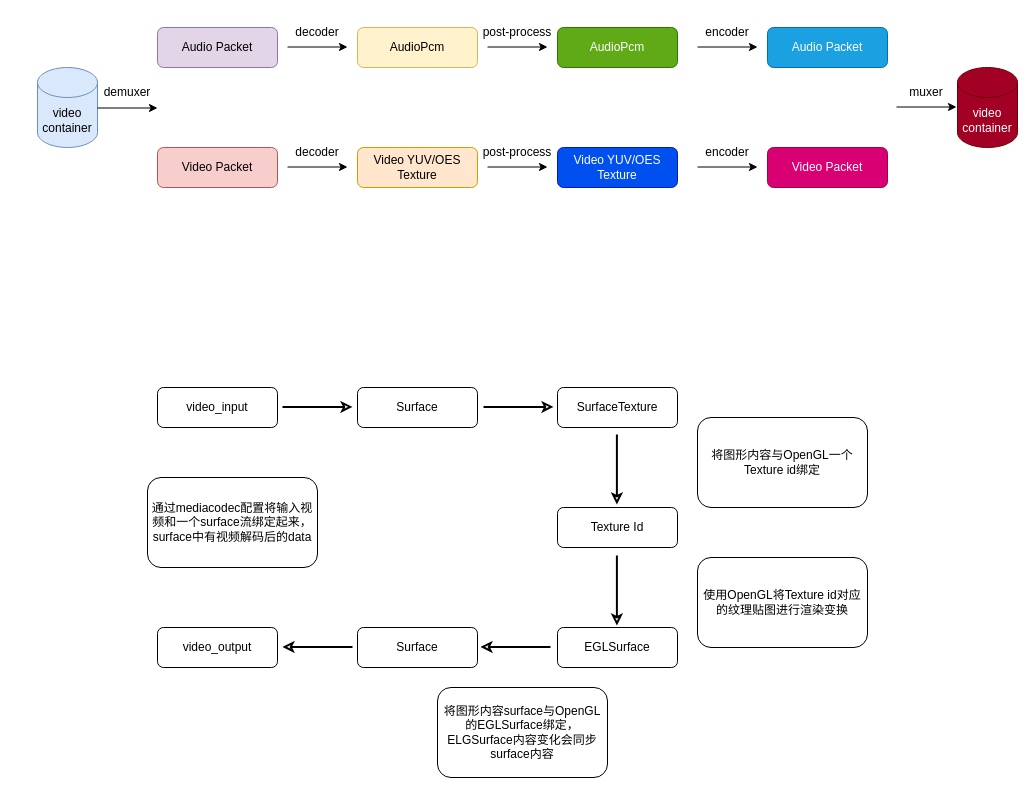
Before: page "转码" (2 of 2) of graph.drawio in AndyYoung1004/draw.io, a draw.io diagram. Source tidied: cells renumbered, new cells numbered last; positions are measured from the earlier drawing's top-left corner, leaving out a move shared by most shapes. Both pictures are drawn from the tidied source at 100%, with x=0, y=0 at pixel (37, 17).
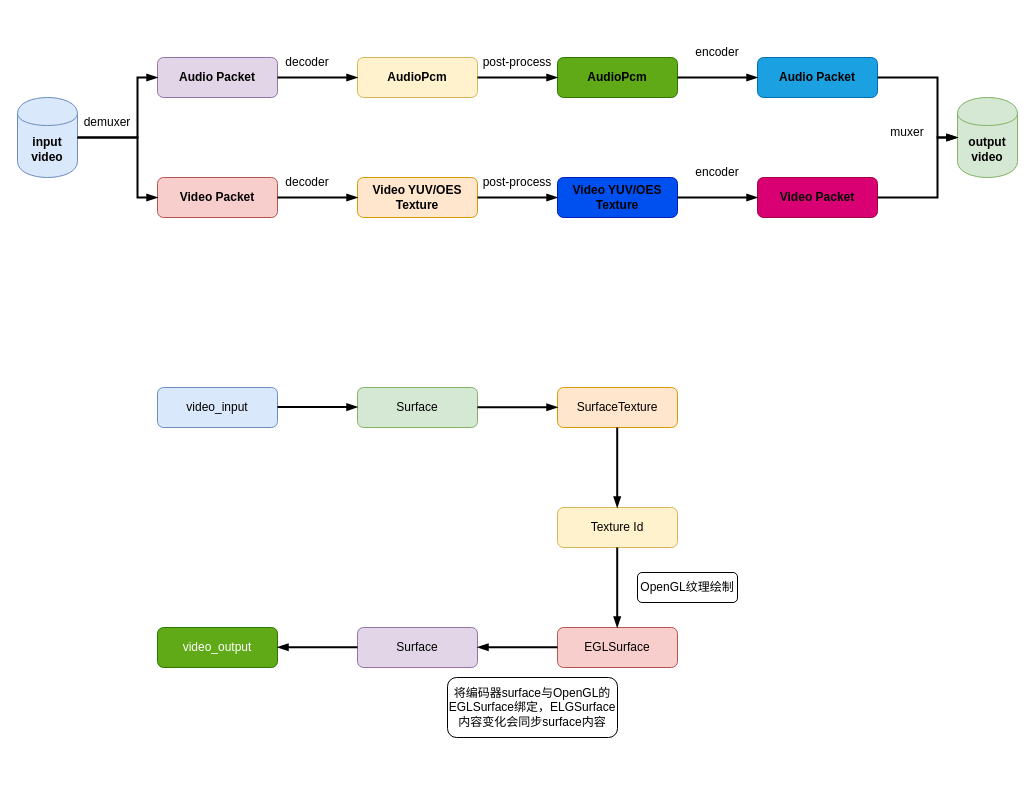
After the change.

Commit message:
转码绘图更新

The edit, as a diff of the source:
```diff
@@
-    <mxCell id="2" value="video container" style="shape=cylinder3;whiteSpace=wrap;html=1;boundedLbl=1;backgroundOutline=1;size=15;fillColor=#dae8fc;strokeColor=#6c8ebf;" parent="1" vertex="1">
-      <mxGeometry y="50" width="60" height="80" as="geometry" />
-    </mxCell>
-    <mxCell id="3" style="endArrow=classic;html=1;rounded=0;" parent="1" edge="1">
-      <mxGeometry relative="1" as="geometry">
-        <mxPoint x="60" y="90.5" as="sourcePoint" />
-        <mxPoint x="120" y="90.5" as="targetPoint" />
-      </mxGeometry>
-    </mxCell>
-    <mxCell id="4" value="Audio Packet" style="rounded=1;whiteSpace=wrap;html=1;fillColor=#e1d5e7;strokeColor=#9673a6;" parent="1" vertex="1">
-      <mxGeometry x="120" y="10" width="120" height="40" as="geometry" />
-    </mxCell>
-    <mxCell id="5" value="Video Packet" style="rounded=1;whiteSpace=wrap;html=1;fillColor=#f8cecc;strokeColor=#b85450;" parent="1" vertex="1">
-      <mxGeometry x="120" y="130" width="120" height="40" as="geometry" />
-    </mxCell>
-    <mxCell id="6" style="endArrow=classic;html=1;rounded=0;" parent="1" edge="1">
-      <mxGeometry relative="1" as="geometry">
-        <mxPoint x="250" y="149.5" as="sourcePoint" />
-        <mxPoint x="310" y="149.5" as="targetPoint" />
-      </mxGeometry>
-    </mxCell>
-    <mxCell id="7" value="Video YUV/OES Texture" style="rounded=1;whiteSpace=wrap;html=1;fillColor=#ffe6cc;strokeColor=#d79b00;" parent="1" vertex="1">
-      <mxGeometry x="320" y="130" width="120" height="40" as="geometry" />
-    </mxCell>
-    <mxCell id="8" value="AudioPcm" style="rounded=1;whiteSpace=wrap;html=1;fillColor=#fff2cc;strokeColor=#d6b656;" parent="1" vertex="1">
-      <mxGeometry x="320" y="10" width="120" height="40" as="geometry" />
-    </mxCell>
-    <mxCell id="9" style="endArrow=classic;html=1;rounded=0;" parent="1" edge="1">
-      <mxGeometry relative="1" as="geometry">
-        <mxPoint x="250" y="29.5" as="sourcePoint" />
-        <mxPoint x="310" y="29.5" as="targetPoint" />
-      </mxGeometry>
-    </mxCell>
-    <mxCell id="10" style="endArrow=classic;html=1;rounded=0;" parent="1" edge="1">
-      <mxGeometry relative="1" as="geometry">
-        <mxPoint x="660" y="149.5" as="sourcePoint" />
-        <mxPoint x="720" y="149.5" as="targetPoint" />
-      </mxGeometry>
-    </mxCell>
-    <mxCell id="11" value="Video Packet" style="rounded=1;whiteSpace=wrap;html=1;fillColor=#d80073;fontColor=#ffffff;strokeColor=#A50040;" parent="1" vertex="1">
-      <mxGeometry x="730" y="130" width="120" height="40" as="geometry" />
-    </mxCell>
-    <mxCell id="12" value="Audio Packet" style="rounded=1;whiteSpace=wrap;html=1;fillColor=#1ba1e2;fontColor=#ffffff;strokeColor=#006EAF;" parent="1" vertex="1">
-      <mxGeometry x="730" y="10" width="120" height="40" as="geometry" />
-    </mxCell>
-    <mxCell id="13" style="endArrow=classic;html=1;rounded=0;" parent="1" edge="1">
-      <mxGeometry relative="1" as="geometry">
-        <mxPoint x="660" y="29.5" as="sourcePoint" />
-        <mxPoint x="720" y="29.5" as="targetPoint" />
-      </mxGeometry>
-    </mxCell>
-    <mxCell id="14" style="endArrow=classic;html=1;rounded=0;" parent="1" edge="1">
-      <mxGeometry relative="1" as="geometry">
-        <mxPoint x="859" y="89.5" as="sourcePoint" />
-        <mxPoint x="919" y="89.5" as="targetPoint" />
-      </mxGeometry>
-    </mxCell>
-    <mxCell id="15" value="video container" style="shape=cylinder3;whiteSpace=wrap;html=1;boundedLbl=1;backgroundOutline=1;size=15;fillColor=#a20025;fontColor=#ffffff;strokeColor=#6F0000;" parent="1" vertex="1">
-      <mxGeometry x="920" y="50" width="60" height="80" as="geometry" />
-    </mxCell>
+    <mxCell id="45" value="&lt;b&gt;Audio Packet&lt;/b&gt;" style="rounded=1;whiteSpace=wrap;html=1;fillColor=#e1d5e7;strokeColor=#9673a6;" parent="1" vertex="1">
+      <mxGeometry x="120" y="40" width="120" height="40" as="geometry" />
+    </mxCell>
+    <mxCell id="46" value="&lt;b&gt;Video Packet&lt;/b&gt;" style="rounded=1;whiteSpace=wrap;html=1;fillColor=#f8cecc;strokeColor=#b85450;" parent="1" vertex="1">
+      <mxGeometry x="120" y="160" width="120" height="40" as="geometry" />
+    </mxCell>
+    <mxCell id="47" value="&lt;b&gt;Video YUV/OES Texture&lt;/b&gt;" style="rounded=1;whiteSpace=wrap;html=1;fillColor=#ffe6cc;strokeColor=#d79b00;" parent="1" vertex="1">
+      <mxGeometry x="320" y="160" width="120" height="40" as="geometry" />
+    </mxCell>
+    <mxCell id="48" value="&lt;b&gt;AudioPcm&lt;/b&gt;" style="rounded=1;whiteSpace=wrap;html=1;fillColor=#fff2cc;strokeColor=#d6b656;" parent="1" vertex="1">
+      <mxGeometry x="320" y="40" width="120" height="40" as="geometry" />
+    </mxCell>
+    <mxCell id="49" value="&lt;b style=&quot;color: rgb(0 , 0 , 0)&quot;&gt;Video Packet&lt;/b&gt;" style="rounded=1;whiteSpace=wrap;html=1;fillColor=#d80073;fontColor=#ffffff;strokeColor=#A50040;" parent="1" vertex="1">
+      <mxGeometry x="720" y="160" width="120" height="40" as="geometry" />
+    </mxCell>
+    <mxCell id="50" value="&lt;b style=&quot;color: rgb(0 , 0 , 0)&quot;&gt;Audio Packet&lt;/b&gt;" style="rounded=1;whiteSpace=wrap;html=1;fillColor=#1ba1e2;fontColor=#ffffff;strokeColor=#006EAF;" parent="1" vertex="1">
+      <mxGeometry x="720" y="40" width="120" height="40" as="geometry" />
+    </mxCell>
     <mxCell id="16" value="demuxer" style="text;html=1;align=center;verticalAlign=middle;whiteSpace=wrap;rounded=0;" parent="1" vertex="1">
-      <mxGeometry x="60" y="60" width="60" height="30" as="geometry" />
+      <mxGeometry x="40" y="90" width="60" height="30" as="geometry" />
     </mxCell>
     <mxCell id="17" value="muxer" style="text;html=1;align=center;verticalAlign=middle;whiteSpace=wrap;rounded=0;" parent="1" vertex="1">
-      <mxGeometry x="859" y="60" width="60" height="30" as="geometry" />
+      <mxGeometry x="840" y="100" width="60" height="30" as="geometry" />
     </mxCell>
-    <mxCell id="18" value="decoder" style="text;html=1;align=center;verticalAlign=middle;whiteSpace=wrap;rounded=0;" parent="1" vertex="1">
-      <mxGeometry x="250" y="120" width="60" height="30" as="geometry" />
-    </mxCell>
-    <mxCell id="19" value="decoder" style="text;html=1;align=center;verticalAlign=middle;whiteSpace=wrap;rounded=0;" parent="1" vertex="1">
-      <mxGeometry x="250" width="60" height="30" as="geometry" />
-    </mxCell>
-    <mxCell id="20" style="endArrow=classic;html=1;rounded=0;" parent="1" edge="1">
-      <mxGeometry relative="1" as="geometry">
-        <mxPoint x="450" y="149.5" as="sourcePoint" />
-        <mxPoint x="510" y="149.5" as="targetPoint" />
-      </mxGeometry>
-    </mxCell>
-    <mxCell id="21" value="Video YUV/OES Texture" style="rounded=1;whiteSpace=wrap;html=1;fillColor=#0050ef;fontColor=#ffffff;strokeColor=#001DBC;" parent="1" vertex="1">
-      <mxGeometry x="520" y="130" width="120" height="40" as="geometry" />
-    </mxCell>
-    <mxCell id="22" value="AudioPcm" style="rounded=1;whiteSpace=wrap;html=1;fillColor=#60a917;fontColor=#ffffff;strokeColor=#2D7600;" parent="1" vertex="1">
-      <mxGeometry x="520" y="10" width="120" height="40" as="geometry" />
-    </mxCell>
-    <mxCell id="23" style="endArrow=classic;html=1;rounded=0;" parent="1" edge="1">
-      <mxGeometry relative="1" as="geometry">
-        <mxPoint x="450" y="29.5" as="sourcePoint" />
-        <mxPoint x="510" y="29.5" as="targetPoint" />
-      </mxGeometry>
-    </mxCell>
+    <mxCell id="51" value="decoder" style="text;html=1;align=center;verticalAlign=middle;whiteSpace=wrap;rounded=0;" parent="1" vertex="1">
+      <mxGeometry x="240" y="150" width="60" height="30" as="geometry" />
+    </mxCell>
+    <mxCell id="52" value="decoder" style="text;html=1;align=center;verticalAlign=middle;whiteSpace=wrap;rounded=0;" parent="1" vertex="1">
+      <mxGeometry x="240" y="30" width="60" height="30" as="geometry" />
+    </mxCell>
+    <mxCell id="53" value="&lt;b style=&quot;color: rgb(0 , 0 , 0)&quot;&gt;Video YUV/OES Texture&lt;/b&gt;" style="rounded=1;whiteSpace=wrap;html=1;fillColor=#0050ef;fontColor=#ffffff;strokeColor=#001DBC;" parent="1" vertex="1">
+      <mxGeometry x="520" y="160" width="120" height="40" as="geometry" />
+    </mxCell>
+    <mxCell id="54" value="&lt;b style=&quot;color: rgb(0 , 0 , 0)&quot;&gt;AudioPcm&lt;/b&gt;" style="rounded=1;whiteSpace=wrap;html=1;fillColor=#60a917;fontColor=#ffffff;strokeColor=#2D7600;" parent="1" vertex="1">
+      <mxGeometry x="520" y="40" width="120" height="40" as="geometry" />
+    </mxCell>
     <mxCell id="24" value="post-process" style="text;html=1;align=center;verticalAlign=middle;whiteSpace=wrap;rounded=0;" parent="1" vertex="1">
-      <mxGeometry x="440" y="120" width="80" height="30" as="geometry" />
+      <mxGeometry x="440" y="150" width="80" height="30" as="geometry" />
     </mxCell>
     <mxCell id="25" value="post-process" style="text;html=1;align=center;verticalAlign=middle;whiteSpace=wrap;rounded=0;" parent="1" vertex="1">
-      <mxGeometry x="440" width="80" height="30" as="geometry" />
+      <mxGeometry x="440" y="30" width="80" height="30" as="geometry" />
     </mxCell>
-    <mxCell id="26" value="encoder" style="text;html=1;align=center;verticalAlign=middle;whiteSpace=wrap;rounded=0;" parent="1" vertex="1">
-      <mxGeometry x="660" y="120" width="60" height="30" as="geometry" />
-    </mxCell>
-    <mxCell id="27" value="encoder" style="text;html=1;align=center;verticalAlign=middle;whiteSpace=wrap;rounded=0;" parent="1" vertex="1">
-      <mxGeometry x="660" width="60" height="30" as="geometry" />
-    </mxCell>
+    <mxCell id="55" value="encoder" style="text;html=1;align=center;verticalAlign=middle;whiteSpace=wrap;rounded=0;" parent="1" vertex="1">
+      <mxGeometry x="650" y="140" width="60" height="30" as="geometry" />
+    </mxCell>
+    <mxCell id="56" value="encoder" style="text;html=1;align=center;verticalAlign=middle;whiteSpace=wrap;rounded=0;" parent="1" vertex="1">
+      <mxGeometry x="650" y="20" width="60" height="30" as="geometry" />
+    </mxCell>
-    <mxCell id="28" value="video_input" style="rounded=1;whiteSpace=wrap;html=1;" parent="1" vertex="1">
+    <mxCell id="28" value="video_input" style="rounded=1;whiteSpace=wrap;html=1;fillColor=#dae8fc;strokeColor=#6c8ebf;" parent="1" vertex="1">
       <mxGeometry x="120" y="370" width="120" height="40" as="geometry" />
     </mxCell>
-    <mxCell id="29" value="Surface" style="rounded=1;whiteSpace=wrap;html=1;" parent="1" vertex="1">
-      <mxGeometry x="320" y="370" width="120" height="40" as="geometry" />
-    </mxCell>
+    <mxCell id="57" value="Surface" style="rounded=1;whiteSpace=wrap;html=1;fillColor=#d5e8d4;strokeColor=#82b366;" parent="1" vertex="1">
+      <mxGeometry x="320" y="370" width="120" height="40" as="geometry" />
+    </mxCell>
-    <mxCell id="30" value="SurfaceTexture" style="rounded=1;whiteSpace=wrap;html=1;" parent="1" vertex="1">
+    <mxCell id="30" value="SurfaceTexture" style="rounded=1;whiteSpace=wrap;html=1;fillColor=#ffe6cc;strokeColor=#d79b00;" parent="1" vertex="1">
       <mxGeometry x="520" y="370" width="120" height="40" as="geometry" />
     </mxCell>
-    <mxCell id="31" value="Texture Id" style="rounded=1;whiteSpace=wrap;html=1;" parent="1" vertex="1">
+    <mxCell id="31" value="Texture Id" style="rounded=1;whiteSpace=wrap;html=1;fillColor=#fff2cc;strokeColor=#d6b656;" parent="1" vertex="1">
       <mxGeometry x="520" y="490" width="120" height="40" as="geometry" />
     </mxCell>
-    <mxCell id="32" value="EGLSurface" style="rounded=1;whiteSpace=wrap;html=1;" parent="1" vertex="1">
+    <mxCell id="32" value="EGLSurface" style="rounded=1;whiteSpace=wrap;html=1;fillColor=#f8cecc;strokeColor=#b85450;" parent="1" vertex="1">
       <mxGeometry x="520" y="610" width="120" height="40" as="geometry" />
     </mxCell>
-    <mxCell id="33" value="Surface" style="rounded=1;whiteSpace=wrap;html=1;" parent="1" vertex="1">
-      <mxGeometry x="320" y="610" width="120" height="40" as="geometry" />
-    </mxCell>
+    <mxCell id="58" value="Surface" style="rounded=1;whiteSpace=wrap;html=1;fillColor=#e1d5e7;strokeColor=#9673a6;" parent="1" vertex="1">
+      <mxGeometry x="320" y="610" width="120" height="40" as="geometry" />
+    </mxCell>
-    <mxCell id="34" value="video_output" style="rounded=1;whiteSpace=wrap;html=1;" parent="1" vertex="1">
+    <mxCell id="34" value="video_output" style="rounded=1;whiteSpace=wrap;html=1;fillColor=#60a917;strokeColor=#2D7600;fontColor=#ffffff;" parent="1" vertex="1">
       <mxGeometry x="120" y="610" width="120" height="40" as="geometry" />
     </mxCell>
-    <mxCell id="35" style="endArrow=classic;html=1;rounded=0;endFill=0;strokeWidth=2;" parent="1" edge="1">
-      <mxGeometry relative="1" as="geometry">
-        <mxPoint x="579.4" y="417" as="sourcePoint" />
-        <mxPoint x="579.4" y="487" as="targetPoint" />
-      </mxGeometry>
-    </mxCell>
-    <mxCell id="36" style="endArrow=classic;html=1;rounded=0;endFill=0;strokeWidth=2;" parent="1" edge="1">
-      <mxGeometry relative="1" as="geometry">
-        <mxPoint x="446" y="389.4" as="sourcePoint" />
-        <mxPoint x="516" y="389.4" as="targetPoint" />
-      </mxGeometry>
-    </mxCell>
-    <mxCell id="37" style="endArrow=classic;html=1;rounded=0;endFill=0;strokeWidth=2;" parent="1" edge="1">
-      <mxGeometry relative="1" as="geometry">
-        <mxPoint x="245" y="389.4" as="sourcePoint" />
-        <mxPoint x="315" y="389.4" as="targetPoint" />
-      </mxGeometry>
-    </mxCell>
-    <mxCell id="38" style="endArrow=classic;html=1;rounded=0;endFill=0;strokeWidth=2;" parent="1" edge="1">
-      <mxGeometry relative="1" as="geometry">
-        <mxPoint x="579.4" y="538" as="sourcePoint" />
-        <mxPoint x="579.4" y="608" as="targetPoint" />
-      </mxGeometry>
-    </mxCell>
-    <mxCell id="39" style="endArrow=classic;html=1;rounded=0;endFill=0;strokeWidth=2;" parent="1" edge="1">
-      <mxGeometry relative="1" as="geometry">
-        <mxPoint x="513" y="629.4" as="sourcePoint" />
-        <mxPoint x="443" y="629.4" as="targetPoint" />
-      </mxGeometry>
-    </mxCell>
-    <mxCell id="40" style="endArrow=classic;html=1;rounded=0;endFill=0;strokeWidth=2;" parent="1" edge="1">
-      <mxGeometry relative="1" as="geometry">
-        <mxPoint x="315" y="629.4" as="sourcePoint" />
-        <mxPoint x="245" y="629.4" as="targetPoint" />
-      </mxGeometry>
-    </mxCell>
-    <mxCell id="41" value="使用OpenGL将Texture id对应的纹理贴图进行渲染变换" style="rounded=1;whiteSpace=wrap;html=1;" parent="1" vertex="1">
-      <mxGeometry x="660" y="540" width="170" height="90" as="geometry" />
-    </mxCell>
-    <mxCell id="42" value="通过mediacodec配置将输入视频和一个surface流绑定起来，surface中有视频解码后的data" style="rounded=1;whiteSpace=wrap;html=1;" parent="1" vertex="1">
-      <mxGeometry x="110" y="460" width="170" height="90" as="geometry" />
-    </mxCell>
-    <mxCell id="43" value="将图形内容与OpenGL一个Texture id绑定" style="rounded=1;whiteSpace=wrap;html=1;" parent="1" vertex="1">
-      <mxGeometry x="660" y="400" width="170" height="90" as="geometry" />
-    </mxCell>
-    <mxCell id="44" value="将图形内容surface与OpenGL的EGLSurface绑定，ELGSurface内容变化会同步surface内容" style="rounded=1;whiteSpace=wrap;html=1;" parent="1" vertex="1">
-      <mxGeometry x="400" y="670" width="170" height="90" as="geometry" />
-    </mxCell>
+    <mxCell id="59" value="将编码器surface与OpenGL的EGLSurface绑定，ELGSurface内容变化会同步surface内容" style="rounded=1;whiteSpace=wrap;html=1;" parent="1" vertex="1">
+      <mxGeometry x="410" y="660" width="170" height="60" as="geometry" />
+    </mxCell>
+    <mxCell id="60" value="&lt;b&gt;input&lt;br&gt;video&lt;/b&gt;" style="shape=cylinder;whiteSpace=wrap;html=1;boundedLbl=1;backgroundOutline=1;fillColor=#dae8fc;strokeColor=#6c8ebf;" parent="1" vertex="1">
+      <mxGeometry x="-20" y="80" width="60" height="80" as="geometry" />
+    </mxCell>
+    <mxCell id="61" value="&lt;b&gt;output&lt;br&gt;video&lt;/b&gt;" style="shape=cylinder;whiteSpace=wrap;html=1;boundedLbl=1;backgroundOutline=1;fillColor=#d5e8d4;strokeColor=#82b366;" parent="1" vertex="1">
+      <mxGeometry x="920" y="80" width="60" height="80" as="geometry" />
+    </mxCell>
+    <mxCell id="62" style="endArrow=blockThin;html=1;rounded=0;endFill=1;strokeWidth=2;edgeStyle=orthogonalEdgeStyle;" parent="1" edge="1">
+      <mxGeometry relative="1" as="geometry">
+        <mxPoint x="40" y="120" as="sourcePoint" />
+        <mxPoint x="120" y="60" as="targetPoint" />
+        <Array as="points">
+          <mxPoint x="100" y="120" />
+          <mxPoint x="100" y="60" />
+        </Array>
+      </mxGeometry>
+    </mxCell>
+    <mxCell id="63" style="endArrow=blockThin;html=1;rounded=0;endFill=1;strokeWidth=2;" parent="1" edge="1">
+      <mxGeometry relative="1" as="geometry">
+        <mxPoint x="240" y="60" as="sourcePoint" />
+        <mxPoint x="320" y="60" as="targetPoint" />
+      </mxGeometry>
+    </mxCell>
+    <mxCell id="64" style="endArrow=blockThin;html=1;rounded=0;endFill=1;strokeWidth=2;" parent="1" edge="1">
+      <mxGeometry relative="1" as="geometry">
+        <mxPoint x="240" y="180" as="sourcePoint" />
+        <mxPoint x="320" y="180" as="targetPoint" />
+      </mxGeometry>
+    </mxCell>
+    <mxCell id="65" style="endArrow=blockThin;html=1;rounded=0;endFill=1;strokeWidth=2;" parent="1" edge="1">
+      <mxGeometry relative="1" as="geometry">
+        <mxPoint x="440" y="60" as="sourcePoint" />
+        <mxPoint x="520" y="60" as="targetPoint" />
+      </mxGeometry>
+    </mxCell>
+    <mxCell id="66" style="endArrow=blockThin;html=1;rounded=0;endFill=1;strokeWidth=2;" parent="1" edge="1">
+      <mxGeometry relative="1" as="geometry">
+        <mxPoint x="440" y="180" as="sourcePoint" />
+        <mxPoint x="520" y="180" as="targetPoint" />
+      </mxGeometry>
+    </mxCell>
+    <mxCell id="67" style="endArrow=blockThin;html=1;rounded=0;endFill=1;strokeWidth=2;" parent="1" edge="1">
+      <mxGeometry relative="1" as="geometry">
+        <mxPoint x="640" y="60" as="sourcePoint" />
+        <mxPoint x="720" y="60" as="targetPoint" />
+      </mxGeometry>
+    </mxCell>
+    <mxCell id="68" style="endArrow=blockThin;html=1;rounded=0;endFill=1;strokeWidth=2;" parent="1" edge="1">
+      <mxGeometry relative="1" as="geometry">
+        <mxPoint x="640" y="180" as="sourcePoint" />
+        <mxPoint x="720" y="180" as="targetPoint" />
+      </mxGeometry>
+    </mxCell>
+    <mxCell id="69" style="endArrow=blockThin;html=1;rounded=0;endFill=1;strokeWidth=2;edgeStyle=orthogonalEdgeStyle;" parent="1" edge="1">
+      <mxGeometry relative="1" as="geometry">
+        <mxPoint x="40" y="120" as="sourcePoint" />
+        <mxPoint x="120" y="180" as="targetPoint" />
+        <Array as="points">
+          <mxPoint x="40" y="120" />
+          <mxPoint x="100" y="120" />
+          <mxPoint x="100" y="180" />
+        </Array>
+      </mxGeometry>
+    </mxCell>
+    <mxCell id="70" style="endArrow=blockThin;html=1;rounded=0;endFill=1;strokeWidth=2;edgeStyle=orthogonalEdgeStyle;" parent="1" edge="1">
+      <mxGeometry relative="1" as="geometry">
+        <mxPoint x="840" y="60" as="sourcePoint" />
+        <mxPoint x="920" y="120" as="targetPoint" />
+        <Array as="points">
+          <mxPoint x="900" y="60" />
+          <mxPoint x="900" y="120" />
+        </Array>
+      </mxGeometry>
+    </mxCell>
+    <mxCell id="71" style="endArrow=blockThin;html=1;rounded=0;endFill=1;strokeWidth=2;edgeStyle=orthogonalEdgeStyle;" parent="1" edge="1">
+      <mxGeometry relative="1" as="geometry">
+        <mxPoint x="840" y="180" as="sourcePoint" />
+        <mxPoint x="920" y="120" as="targetPoint" />
+        <Array as="points">
+          <mxPoint x="900" y="180" />
+          <mxPoint x="900" y="120" />
+        </Array>
+      </mxGeometry>
+    </mxCell>
+    <mxCell id="72" style="endArrow=blockThin;html=1;rounded=0;endFill=1;strokeWidth=2;" parent="1" edge="1">
+      <mxGeometry relative="1" as="geometry">
+        <mxPoint x="240" y="389.6" as="sourcePoint" />
+        <mxPoint x="320" y="389.6" as="targetPoint" />
+      </mxGeometry>
+    </mxCell>
+    <mxCell id="73" style="endArrow=blockThin;html=1;rounded=0;endFill=1;strokeWidth=2;" parent="1" edge="1">
+      <mxGeometry relative="1" as="geometry">
+        <mxPoint x="440" y="389.7" as="sourcePoint" />
+        <mxPoint x="520" y="389.7" as="targetPoint" />
+      </mxGeometry>
+    </mxCell>
+    <mxCell id="74" style="endArrow=blockThin;html=1;rounded=0;endFill=1;strokeWidth=2;" parent="1" edge="1">
+      <mxGeometry relative="1" as="geometry">
+        <mxPoint x="520" y="629.7" as="sourcePoint" />
+        <mxPoint x="440" y="629.7" as="targetPoint" />
+      </mxGeometry>
+    </mxCell>
+    <mxCell id="75" style="endArrow=blockThin;html=1;rounded=0;endFill=1;strokeWidth=2;" parent="1" edge="1">
+      <mxGeometry relative="1" as="geometry">
+        <mxPoint x="320" y="629.7" as="sourcePoint" />
+        <mxPoint x="240" y="629.7" as="targetPoint" />
+      </mxGeometry>
+    </mxCell>
+    <mxCell id="76" style="endArrow=blockThin;html=1;rounded=0;endFill=1;strokeWidth=2;" parent="1" edge="1">
+      <mxGeometry relative="1" as="geometry">
+        <mxPoint x="579.7" y="530" as="sourcePoint" />
+        <mxPoint x="579.7" y="610" as="targetPoint" />
+      </mxGeometry>
+    </mxCell>
+    <mxCell id="77" style="endArrow=blockThin;html=1;rounded=0;endFill=1;strokeWidth=2;" parent="1" edge="1">
+      <mxGeometry relative="1" as="geometry">
+        <mxPoint x="579.7" y="410" as="sourcePoint" />
+        <mxPoint x="579.7" y="490" as="targetPoint" />
+      </mxGeometry>
+    </mxCell>
+    <mxCell id="78" value="OpenGL纹理绘制" style="rounded=1;whiteSpace=wrap;html=1;" parent="1" vertex="1">
+      <mxGeometry x="600" y="555" width="100" height="30" as="geometry" />
+    </mxCell>
```
